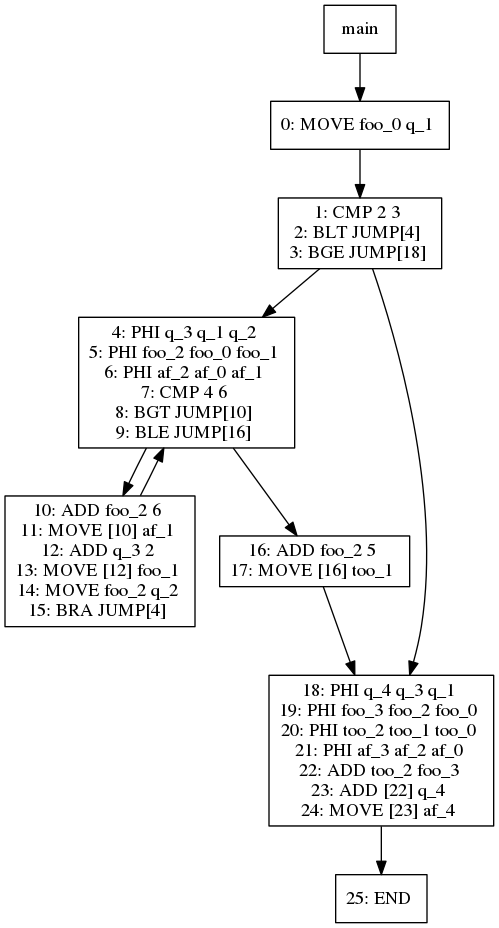
The Graphviz diagram viz/test029.dot.png in jiahanwang/PL241-Compiler, before a commit. Its source is kept beside it as viz/test029.dot.
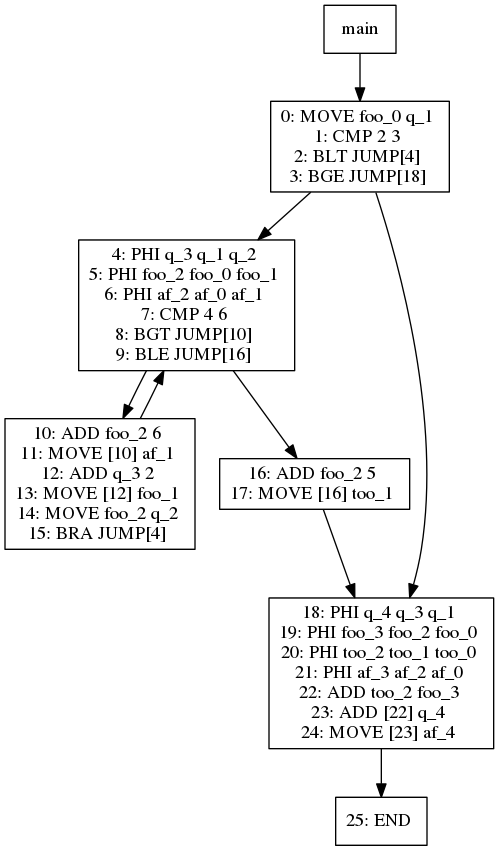
Above is the later version.

Change to the diagram source:
```diff
@@ -3,13 +3,11 @@
 1[label="main"]
 1 -> 3
 3[label="0: MOVE foo_0 q_1
-"]
-3 -> 4
-4[label="1: CMP 2 3
+1: CMP 2 3
 2: BLT JUMP[4]
 3: BGE JUMP[18]
 "]
-4 -> 6
+3 -> 6
 6[label="4: PHI q_3 q_1 q_2
 5: PHI foo_2 foo_0 foo_1
 6: PHI af_2 af_0 af_1
@@ -42,5 +40,5 @@
 5 -> 13
 13[label="25: END
 "]
-4 -> 5
+3 -> 5
 }
```
